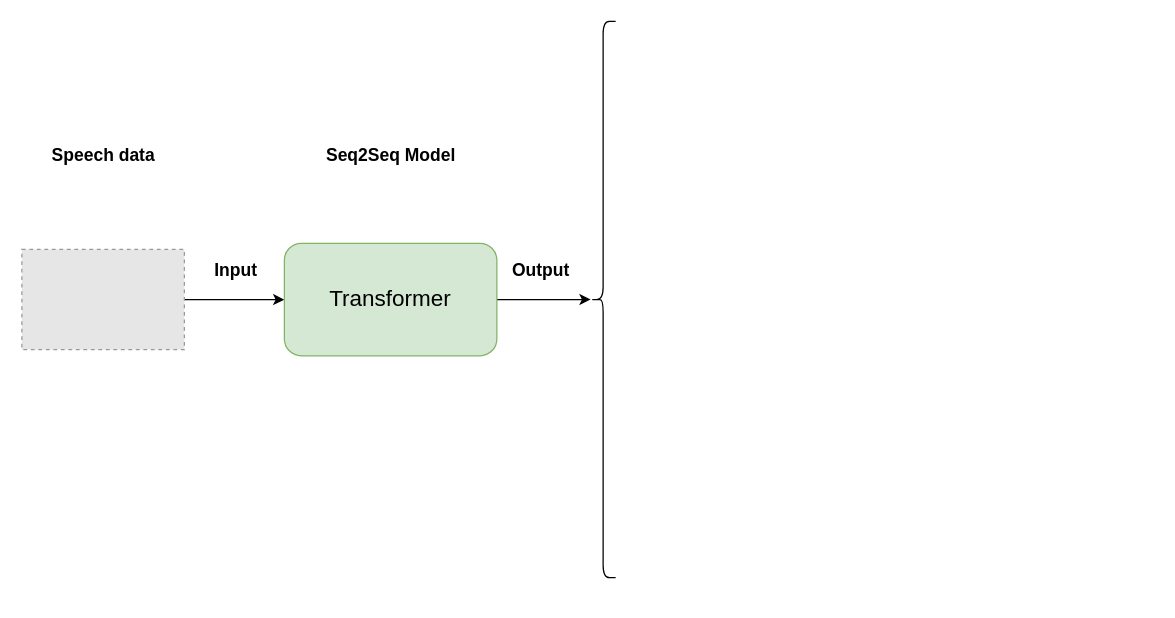
changhaoshan/my_first_git keeps this draw.io diagram as speech_data.drawio. Above is the earlier version. Source tidied: cells renumbered, new cells numbered last; positions are measured from the earlier drawing's top-left corner, leaving out a move shared by most shapes. Both pictures are drawn from the tidied source at 125%, with x=0, y=0 at pixel (21, 21). Pictures stored in the file or linked from it are replaced by grey dashed boxes.
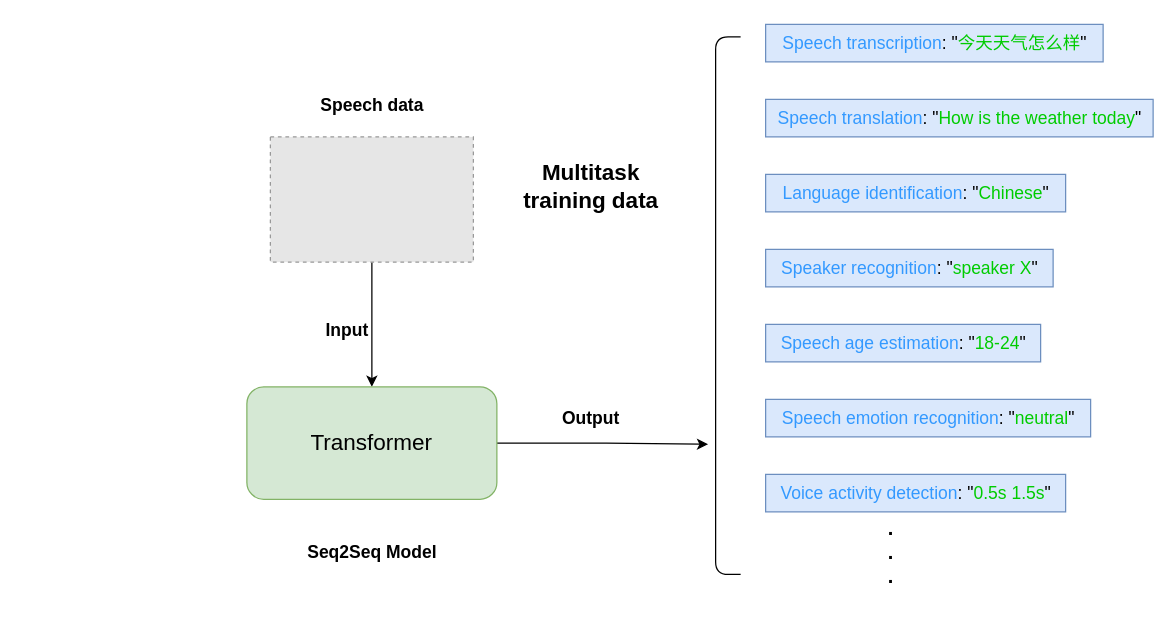
The same page after the edit.

Change to the diagram source:
```diff
@@
 <mxGraphModel>
   <root>
     <mxCell id="0" />
     <mxCell id="1" parent="0" />
     <mxCell id="2" style="edgeStyle=orthogonalEdgeStyle;rounded=0;jettySize=auto;html=1;" parent="1" edge="1" source="3" target="5">
       <mxGeometry relative="1" as="geometry" />
     </mxCell>
     <mxCell id="3" style="fillColor=#E6E6E6;strokeColor=#999999;dashed=1;verticalLabelPosition=bottom;labelBackgroundColor=default;verticalAlign=top;" parent="1" vertex="1">
-      <mxGeometry y="182" width="130" height="80.2" as="geometry" />
+      <mxGeometry x="198.8" y="92" width="162.4" height="100.2" as="geometry" />
     </mxCell>
-    <mxCell id="4" style="edgeStyle=orthogonalEdgeStyle;rounded=0;jettySize=auto;html=1;exitX=1;exitY=0.5;exitDx=0;exitDy=0;" parent="1" edge="1" source="5" target="8">
-      <mxGeometry relative="1" as="geometry" />
-    </mxCell>
+    <mxCell id="11" style="edgeStyle=orthogonalEdgeStyle;rounded=0;jettySize=auto;html=1;exitX=1;exitY=0.5;exitDx=0;exitDy=0;entryX=-0.3;entryY=0.758;entryDx=0;entryDy=0;entryPerimeter=0;" parent="1" edge="1" source="5" target="20">
+      <mxGeometry relative="1" as="geometry" />
+    </mxCell>
     <mxCell id="5" value="&lt;font style=&quot;font-size: 18px;&quot;&gt;Transformer&lt;/font&gt;" style="rounded=1;whiteSpace=wrap;html=1;fillColor=#d5e8d4;strokeColor=#82b366;" parent="1" vertex="1">
-      <mxGeometry x="210" y="177.2" width="170" height="89.9" as="geometry" />
+      <mxGeometry x="180" y="292" width="200" height="89.9" as="geometry" />
     </mxCell>
     <mxCell id="6" value="&lt;font style=&quot;font-size: 14px;&quot;&gt;&lt;b&gt;Speech data&lt;br&gt;&lt;/b&gt;&lt;/font&gt;" style="text;html=1;align=center;verticalAlign=middle;strokeColor=none;fillColor=none;" parent="1" vertex="1">
-      <mxGeometry x="10" y="92" width="110" height="30" as="geometry" />
+      <mxGeometry x="225" y="52" width="110" height="30" as="geometry" />
     </mxCell>
     <mxCell id="7" value="&lt;font style=&quot;font-size: 14px;&quot;&gt;&lt;b&gt;Seq2Seq Model&lt;br&gt;&lt;/b&gt;&lt;/font&gt;" style="text;html=1;align=center;verticalAlign=middle;strokeColor=none;fillColor=none;" parent="1" vertex="1">
-      <mxGeometry x="230" y="92" width="130" height="30" as="geometry" />
+      <mxGeometry x="215" y="409" width="130" height="30" as="geometry" />
     </mxCell>
-    <mxCell id="8" style="shape=curlyBracket;whiteSpace=wrap;html=1;rounded=1;labelPosition=left;verticalLabelPosition=middle;align=right;verticalAlign=middle;rotation=0;" parent="1" vertex="1">
-      <mxGeometry x="455" y="-0.4" width="20" height="445" as="geometry" />
-    </mxCell>
     <mxCell id="9" value="&lt;font style=&quot;font-size: 14px;&quot;&gt;&lt;b&gt;Output&lt;br&gt;&lt;/b&gt;&lt;/font&gt;" style="text;html=1;align=center;verticalAlign=middle;strokeColor=none;fillColor=none;" parent="1" vertex="1">
-      <mxGeometry x="380" y="184.2" width="70" height="30" as="geometry" />
+      <mxGeometry x="420" y="302" width="70" height="30" as="geometry" />
     </mxCell>
     <mxCell id="10" value="&lt;font style=&quot;font-size: 14px;&quot;&gt;&lt;b&gt;Input&lt;br&gt;&lt;/b&gt;&lt;/font&gt;" style="text;html=1;align=center;verticalAlign=middle;strokeColor=none;fillColor=none;" parent="1" vertex="1">
-      <mxGeometry x="141" y="184.2" width="60" height="30" as="geometry" />
+      <mxGeometry x="230" y="232" width="60" height="30" as="geometry" />
     </mxCell>
+    <mxCell id="12" value="&lt;font style=&quot;font-size: 14px;&quot;&gt;&lt;font color=&quot;#3399ff&quot;&gt;Speech transcription&lt;/font&gt;: &quot;&lt;font color=&quot;#00cc00&quot;&gt;今天天气怎么样&lt;/font&gt;&quot;&lt;/font&gt;" style="text;html=1;align=center;verticalAlign=middle;strokeColor=#6c8ebf;fillColor=#dae8fc;" parent="1" vertex="1">
+      <mxGeometry x="595" y="2" width="270" height="30" as="geometry" />
+    </mxCell>
+    <mxCell id="13" value="&lt;div style=&quot;text-align: start;&quot;&gt;&lt;span style=&quot;font-size: 14px; background-color: initial;&quot;&gt;&lt;font color=&quot;#3399ff&quot;&gt;Speech translation&lt;/font&gt;: &quot;&lt;font color=&quot;#00cc00&quot;&gt;How is the weather today&lt;/font&gt;&quot;&lt;/span&gt;&lt;/div&gt;" style="text;html=1;align=center;verticalAlign=middle;strokeColor=#6c8ebf;fillColor=#dae8fc;" parent="1" vertex="1">
+      <mxGeometry x="595" y="62" width="310" height="30" as="geometry" />
+    </mxCell>
+    <mxCell id="14" value="&lt;div style=&quot;text-align: start;&quot;&gt;&lt;font color=&quot;#3399ff&quot; style=&quot;font-size: 14px;&quot;&gt;Language identification&lt;/font&gt;&lt;span style=&quot;background-color: initial; font-size: 14px;&quot;&gt;: &quot;&lt;font color=&quot;#00cc00&quot;&gt;Chinese&lt;/font&gt;&quot;&lt;/span&gt;&lt;/div&gt;" style="text;html=1;align=center;verticalAlign=middle;strokeColor=#6c8ebf;fillColor=#dae8fc;" parent="1" vertex="1">
+      <mxGeometry x="595" y="122" width="240" height="30" as="geometry" />
+    </mxCell>
+    <mxCell id="15" value="&lt;div style=&quot;text-align: start;&quot;&gt;&lt;font color=&quot;#3399ff&quot; style=&quot;font-size: 14px;&quot;&gt;Speaker recognition&lt;/font&gt;&lt;span style=&quot;background-color: initial; font-size: 14px;&quot;&gt;: &quot;&lt;font color=&quot;#00cc00&quot;&gt;speaker X&lt;/font&gt;&quot;&lt;/span&gt;&lt;/div&gt;" style="text;html=1;align=center;verticalAlign=middle;strokeColor=#6c8ebf;fillColor=#dae8fc;" parent="1" vertex="1">
+      <mxGeometry x="595" y="182" width="230" height="30" as="geometry" />
+    </mxCell>
+    <mxCell id="16" value="&lt;div style=&quot;text-align: start;&quot;&gt;&lt;font style=&quot;font-size: 14px;&quot;&gt;&lt;font color=&quot;#3399ff&quot;&gt;Speech age estimation&lt;/font&gt;: &quot;&lt;font color=&quot;#00cc00&quot;&gt;18-24&lt;/font&gt;&quot;&lt;/font&gt;&lt;br&gt;&lt;/div&gt;" style="text;html=1;align=center;verticalAlign=middle;strokeColor=#6c8ebf;fillColor=#dae8fc;" parent="1" vertex="1">
+      <mxGeometry x="595" y="242" width="220" height="30" as="geometry" />
+    </mxCell>
+    <mxCell id="17" value="&lt;div style=&quot;text-align: start;&quot;&gt;&lt;font style=&quot;font-size: 14px;&quot;&gt;&lt;font color=&quot;#3399ff&quot;&gt;Speech emotion recognition&lt;/font&gt;: &quot;&lt;font color=&quot;#00cc00&quot;&gt;neutral&lt;/font&gt;&quot;&lt;/font&gt;&lt;br&gt;&lt;/div&gt;" style="text;html=1;align=center;verticalAlign=middle;strokeColor=#6c8ebf;fillColor=#dae8fc;" parent="1" vertex="1">
+      <mxGeometry x="595" y="302" width="260" height="30" as="geometry" />
+    </mxCell>
+    <mxCell id="18" value="&lt;div style=&quot;text-align: start;&quot;&gt;&lt;font style=&quot;font-size: 14px;&quot;&gt;&lt;font color=&quot;#3399ff&quot;&gt;Voice activity detection&lt;/font&gt;: &quot;&lt;font color=&quot;#00cc00&quot;&gt;0.5s 1.5s&lt;/font&gt;&quot;&lt;/font&gt;&lt;/div&gt;" style="text;html=1;align=center;verticalAlign=middle;strokeColor=#6c8ebf;fillColor=#dae8fc;" parent="1" vertex="1">
+      <mxGeometry x="595" y="362" width="240" height="30" as="geometry" />
+    </mxCell>
+    <mxCell id="19" value=".&lt;br style=&quot;font-size: 16px;&quot;&gt;.&lt;br style=&quot;font-size: 16px;&quot;&gt;." style="text;html=1;align=center;verticalAlign=middle;strokeColor=none;fillColor=none;fontStyle=1;fontSize=16;" parent="1" vertex="1">
+      <mxGeometry x="680" y="389" width="30" height="70" as="geometry" />
+    </mxCell>
+    <mxCell id="20" style="shape=curlyBracket;whiteSpace=wrap;html=1;rounded=1;labelPosition=left;verticalLabelPosition=middle;align=right;verticalAlign=middle;size=0;" parent="1" vertex="1">
+      <mxGeometry x="555" y="12" width="20" height="430" as="geometry" />
+    </mxCell>
+    <mxCell id="21" value="&lt;font style=&quot;font-size: 18px;&quot;&gt;&lt;b&gt;Multitask &lt;br&gt;training data&lt;/b&gt;&lt;/font&gt;" style="text;html=1;align=center;verticalAlign=middle;strokeColor=none;fillColor=none;" parent="1" vertex="1">
+      <mxGeometry x="390" y="102" width="130" height="60" as="geometry" />
+    </mxCell>
   </root>
 </mxGraphModel>
```
